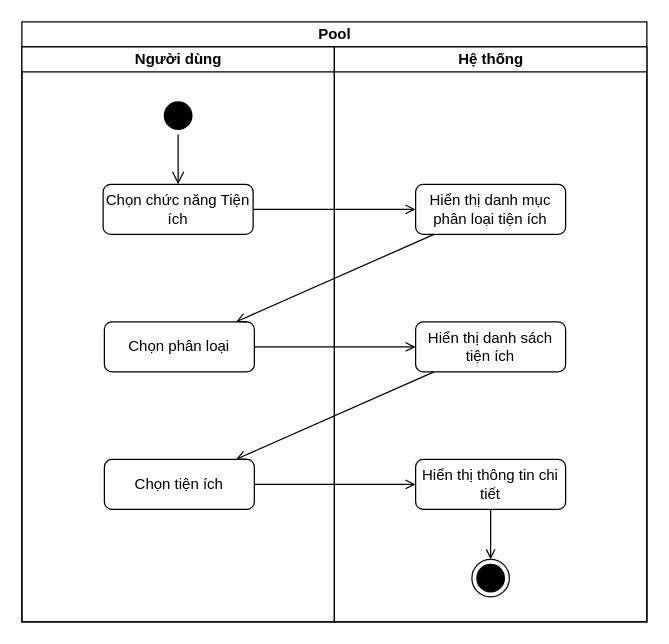
kienndhn/draw-io keeps this draw.io diagram as activity diagram/Tiện ích.drawio. Above is the earlier version. Source tidied: cells renumbered, new cells numbered last; positions are measured from the earlier drawing's top-left corner, leaving out a move shared by most shapes. Both pictures are drawn from the tidied source at 125%, with x=0, y=0 at pixel (21, 21).
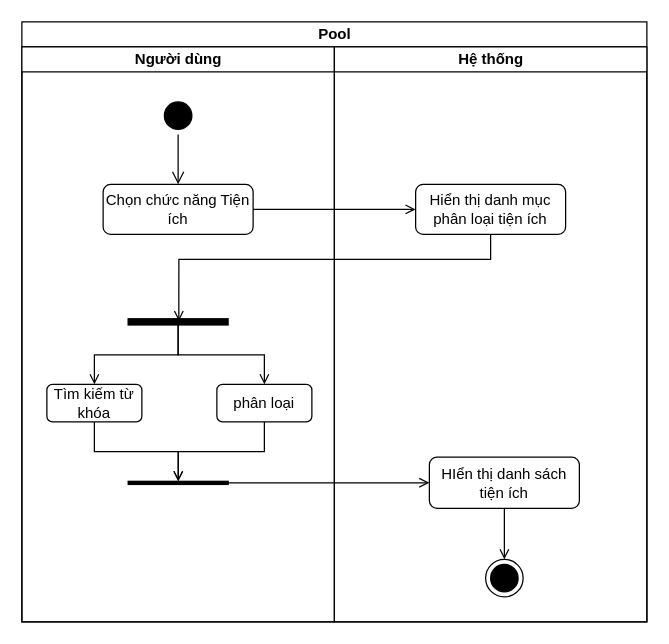
Above is the later version.

Unchanged cells that the change refers to:
```xml
<mxCell id="2" value="Pool" style="swimlane;startSize=20;html=1;" parent="1" vertex="1">
  <mxGeometry width="500" height="480" as="geometry" />
</mxCell>
<mxCell id="3" value="Người dùng" style="swimlane;startSize=20;html=1;" parent="2" vertex="1">
  <mxGeometry y="20" width="250" height="460" as="geometry" />
</mxCell>
<mxCell id="9" value="Hệ thống" style="swimlane;startSize=20;html=1;" parent="2" vertex="1">
  <mxGeometry x="250" y="20" width="250" height="460" as="geometry" />
</mxCell>
<mxCell id="10" value="Hiển thị danh mục phân loại tiện ích" style="rounded=1;whiteSpace=wrap;html=1;strokeColor=#000000;" parent="9" vertex="1">
  <mxGeometry x="65" y="110" width="120" height="40" as="geometry" />
</mxCell>
```

Diff of the diagram source:
```diff
@@
-    <mxCell id="7" value="Chọn phân loại" style="rounded=1;whiteSpace=wrap;html=1;strokeColor=#000000;" parent="3" vertex="1">
-      <mxGeometry x="66" y="220" width="120" height="40" as="geometry" />
-    </mxCell>
-    <mxCell id="8" value="Chọn tiện ích" style="rounded=1;whiteSpace=wrap;html=1;strokeColor=#000000;" parent="3" vertex="1">
-      <mxGeometry x="66" y="330" width="120" height="40" as="geometry" />
-    </mxCell>
+    <mxCell id="20" style="edgeStyle=orthogonalEdgeStyle;rounded=0;jettySize=auto;html=1;entryX=0.5;entryY=0;entryDx=0;entryDy=0;strokeColor=#000000;endArrow=open;endFill=0;" parent="3" edge="1" source="22" target="24">
+      <mxGeometry relative="1" as="geometry" />
+    </mxCell>
+    <mxCell id="21" style="edgeStyle=orthogonalEdgeStyle;rounded=0;jettySize=auto;html=1;entryX=0.5;entryY=0;entryDx=0;entryDy=0;strokeColor=#000000;endArrow=open;endFill=0;" parent="3" edge="1" source="22" target="26">
+      <mxGeometry relative="1" as="geometry" />
+    </mxCell>
+    <mxCell id="22" style="html=1;points=[];perimeter=orthogonalPerimeter;fillColor=strokeColor;strokeColor=#000000;rotation=90;" parent="3" vertex="1">
+      <mxGeometry x="122.5" y="180" width="5" height="80" as="geometry" />
+    </mxCell>
+    <mxCell id="23" style="edgeStyle=orthogonalEdgeStyle;rounded=0;jettySize=auto;html=1;strokeColor=#000000;endArrow=open;endFill=0;" parent="3" edge="1" source="24" target="27">
+      <mxGeometry relative="1" as="geometry" />
+    </mxCell>
+    <mxCell id="24" value="Tìm kiếm từ khóa" style="rounded=1;whiteSpace=wrap;html=1;strokeColor=#000000;" parent="3" vertex="1">
+      <mxGeometry x="20" y="270" width="76" height="30" as="geometry" />
+    </mxCell>
+    <mxCell id="25" style="edgeStyle=orthogonalEdgeStyle;rounded=0;jettySize=auto;html=1;strokeColor=#000000;endArrow=open;endFill=0;" parent="3" edge="1" source="26" target="27">
+      <mxGeometry relative="1" as="geometry" />
+    </mxCell>
+    <mxCell id="26" value="phân loại" style="rounded=1;whiteSpace=wrap;html=1;strokeColor=#000000;" parent="3" vertex="1">
+      <mxGeometry x="156" y="270" width="76" height="30" as="geometry" />
+    </mxCell>
+    <mxCell id="27" style="html=1;points=[];perimeter=orthogonalPerimeter;fillColor=strokeColor;strokeColor=#000000;rotation=90;" parent="3" vertex="1">
+      <mxGeometry x="123.8" y="308.8" width="2.5" height="80" as="geometry" />
+    </mxCell>
@@
-    <mxCell id="11" value="Hiển thị danh sách tiện ích" style="rounded=1;whiteSpace=wrap;html=1;strokeColor=#000000;" parent="9" vertex="1">
-      <mxGeometry x="65" y="220" width="120" height="40" as="geometry" />
-    </mxCell>
-    <mxCell id="12" style="edgeStyle=none;rounded=0;jettySize=auto;html=1;entryX=0.5;entryY=0;entryDx=0;entryDy=0;strokeColor=#000000;endArrow=open;endFill=0;" parent="9" edge="1" source="13" target="14">
-      <mxGeometry relative="1" as="geometry" />
-    </mxCell>
-    <mxCell id="13" value="Hiển thị thông tin chi tiết" style="rounded=1;whiteSpace=wrap;html=1;strokeColor=#000000;" parent="9" vertex="1">
-      <mxGeometry x="65" y="330" width="120" height="40" as="geometry" />
-    </mxCell>
-    <mxCell id="14" style="ellipse;html=1;shape=endState;fillColor=#000000;strokeColor=#000000;" parent="9" vertex="1">
-      <mxGeometry x="110" y="410" width="30" height="30" as="geometry" />
-    </mxCell>
+    <mxCell id="28" style="edgeStyle=orthogonalEdgeStyle;rounded=0;jettySize=auto;html=1;entryX=0.5;entryY=0;entryDx=0;entryDy=0;strokeColor=#000000;endArrow=open;endFill=0;" parent="9" edge="1" source="29" target="30">
+      <mxGeometry relative="1" as="geometry" />
+    </mxCell>
+    <mxCell id="29" value="HIển thị danh sách tiện ích" style="rounded=1;whiteSpace=wrap;html=1;strokeColor=#000000;" parent="9" vertex="1">
+      <mxGeometry x="76" y="328.2" width="120" height="41" as="geometry" />
+    </mxCell>
+    <mxCell id="30" style="ellipse;html=1;shape=endState;fillColor=#000000;strokeColor=#000000;" parent="9" vertex="1">
+      <mxGeometry x="121" y="410" width="30" height="30" as="geometry" />
+    </mxCell>
@@
-    <mxCell id="16" style="rounded=0;jettySize=auto;html=1;strokeColor=#000000;endArrow=open;endFill=0;" parent="2" edge="1" source="10" target="7">
-      <mxGeometry relative="1" as="geometry" />
-    </mxCell>
-    <mxCell id="17" style="edgeStyle=orthogonalEdgeStyle;rounded=0;jettySize=auto;html=1;strokeColor=#000000;endArrow=open;endFill=0;" parent="2" edge="1" source="7" target="11">
-      <mxGeometry relative="1" as="geometry" />
-    </mxCell>
-    <mxCell id="18" style="rounded=0;jettySize=auto;html=1;strokeColor=#000000;endArrow=open;endFill=0;" parent="2" edge="1" source="11" target="8">
-      <mxGeometry relative="1" as="geometry" />
-    </mxCell>
-    <mxCell id="19" style="edgeStyle=orthogonalEdgeStyle;rounded=0;jettySize=auto;html=1;strokeColor=#000000;endArrow=open;endFill=0;" parent="2" edge="1" source="8" target="13">
-      <mxGeometry relative="1" as="geometry" />
-    </mxCell>
+    <mxCell id="31" style="edgeStyle=orthogonalEdgeStyle;rounded=0;jettySize=auto;html=1;entryX=0.38;entryY=0.493;entryDx=0;entryDy=0;entryPerimeter=0;strokeColor=#000000;endArrow=open;endFill=0;" parent="2" edge="1" source="10" target="22">
+      <mxGeometry relative="1" as="geometry">
+        <Array as="points">
+          <mxPoint x="375" y="190" />
+          <mxPoint x="126" y="190" />
+        </Array>
+      </mxGeometry>
+    </mxCell>
+    <mxCell id="32" style="edgeStyle=orthogonalEdgeStyle;rounded=0;jettySize=auto;html=1;strokeColor=#000000;endArrow=open;endFill=0;entryX=0;entryY=0.5;entryDx=0;entryDy=0;" parent="2" edge="1" source="27" target="29">
+      <mxGeometry relative="1" as="geometry" />
+    </mxCell>
```
